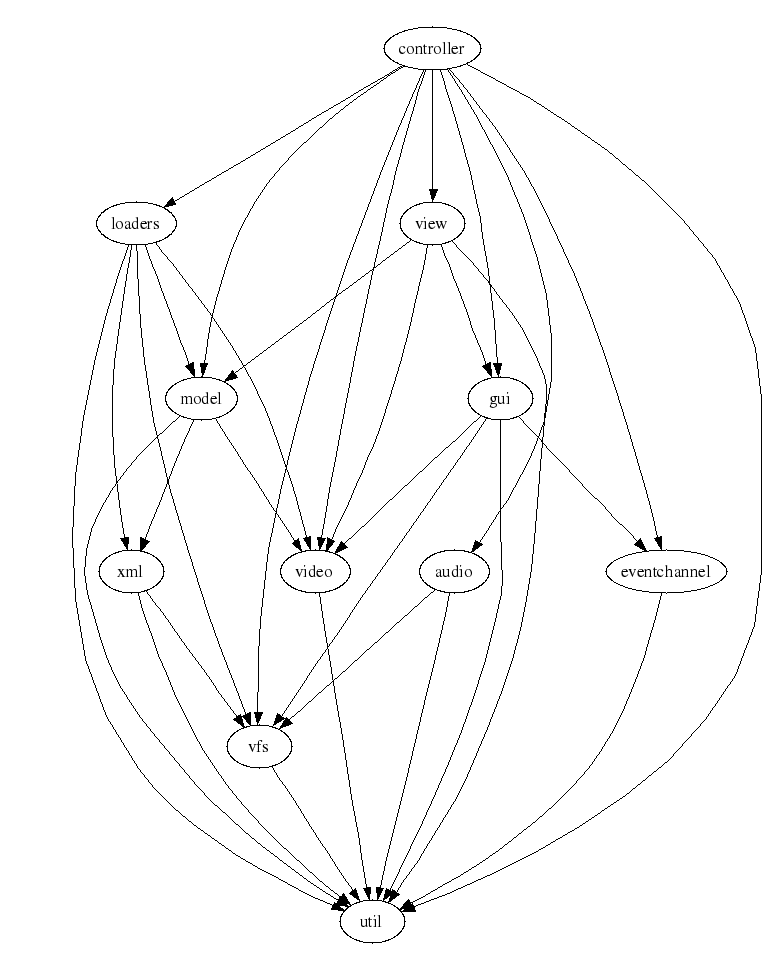
fifengine/fifengine keeps this Graphviz diagram as doc/dependencies/moduledeps.png. Above is the earlier version. Its source is kept beside it as doc/dependencies/moduledeps.dot.
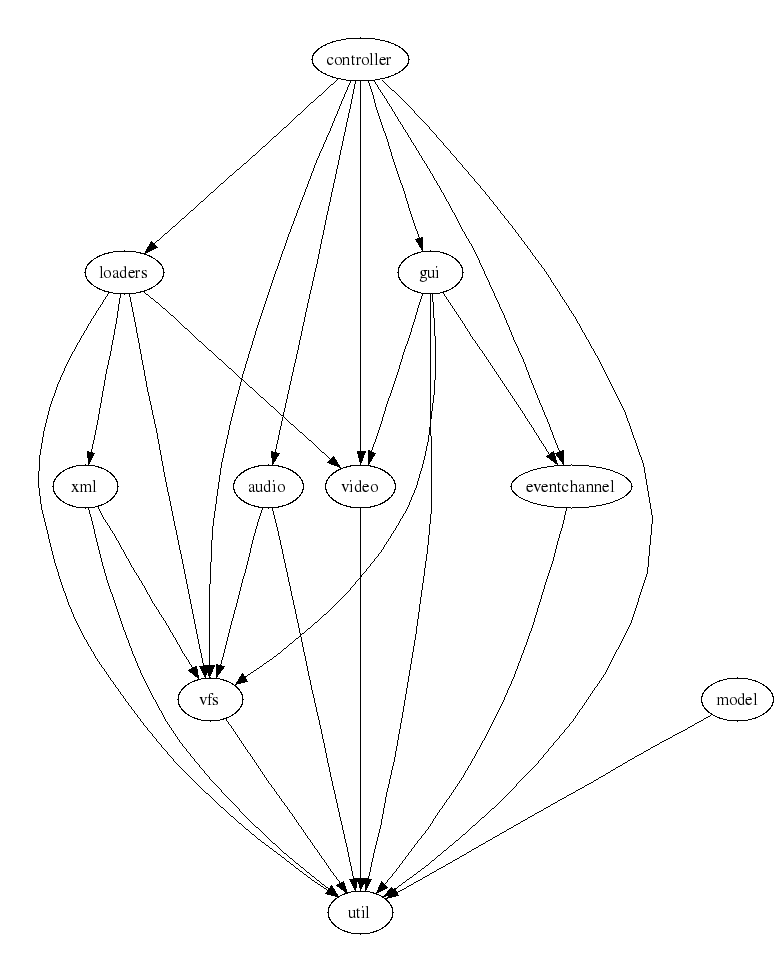
After the change.

Diff of the diagram source:
```diff
@@ -8,33 +8,24 @@
     "xml" -> "util"
     "xml" -> "vfs"
     "gui" -> "util"
+    "gui" -> "vfs"
     "gui" -> "video"
-    "gui" -> "vfs"
     "gui" -> "eventchannel"
     "eventchannel" -> "util"
-    "loaders" -> "xml"
     "loaders" -> "util"
     "loaders" -> "video"
-    "loaders" -> "model"
     "loaders" -> "vfs"
+    "loaders" -> "xml"
     "controller" -> "gui"
     "controller" -> "eventchannel"
     "controller" -> "loaders"
     "controller" -> "util"
     "controller" -> "video"
-    "controller" -> "model"
     "controller" -> "audio"
     "controller" -> "vfs"
-    "controller" -> "view"
     "video" -> "util"
     "model" -> "util"
-    "model" -> "xml"
-    "model" -> "video"
     "audio" -> "util"
     "audio" -> "vfs"
     "vfs" -> "util"
-    "view" -> "util"
-    "view" -> "model"
-    "view" -> "video"
-    "view" -> "gui"
 }
```
